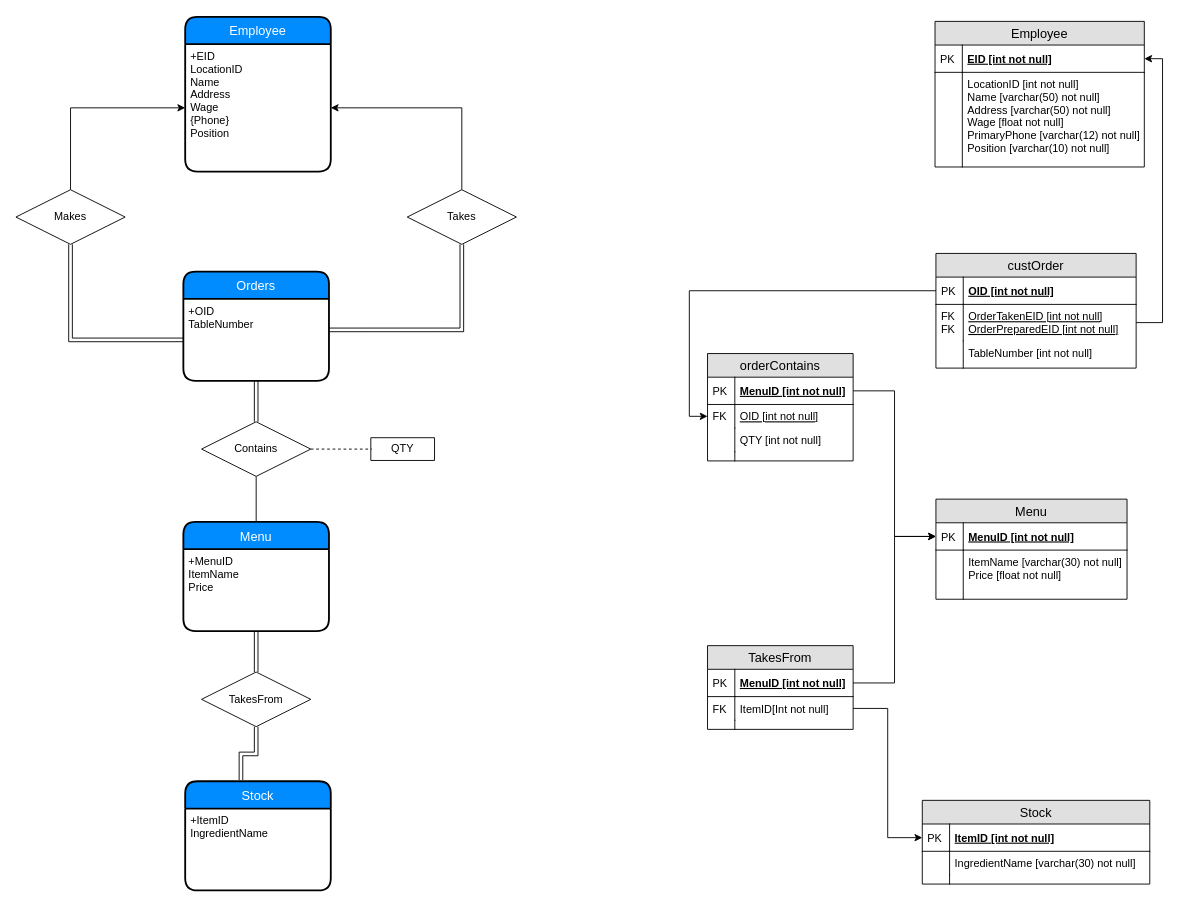
Earlier version of the draw.io diagram Deliverables/POS_ER_Diagram.drawio (ajgray2017/CSC455_FinalProject). Source tidied: cells renumbered, new cells numbered last; positions are measured from the earlier drawing's top-left corner, leaving out a move shared by most shapes. Both pictures are drawn from the tidied source at 91%, with x=0, y=0 at pixel (15, 16).
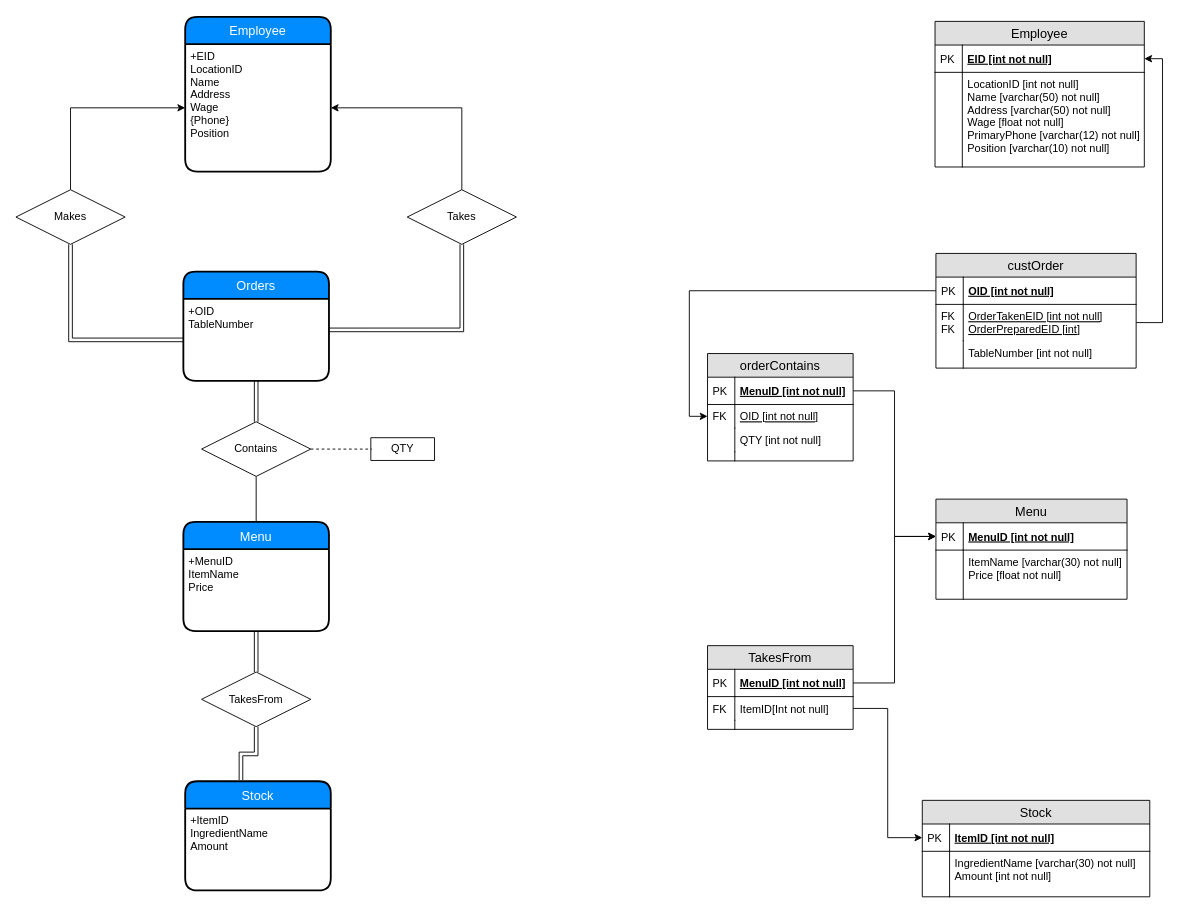
The same page after the edit.

Unchanged cells that the change refers to:
```xml
<mxCell id="20" value="Stock" style="swimlane;horizontal=1;startSize=30;fillColor=#008cff;fontColor=#FFFFFF;rounded=1;fontSize=14;fontStyle=0;strokeWidth=2;shadow=0;dashed=0;align=center;" parent="1" vertex="1">
  <mxGeometry x="186" y="840" width="160" height="120" as="geometry" />
</mxCell>
<mxCell id="55" value="custOrder" style="swimlane;fontStyle=0;horizontal=1;startSize=26;fillColor=#e0e0e0;swimlaneFillColor=#ffffff;align=center;fontSize=14;" parent="1" vertex="1">
  <mxGeometry x="1011" y="260" width="220" height="126" as="geometry" />
</mxCell>
```

Diff of the diagram source:
```diff
@@
-    <mxCell id="21" value="+ItemID&#10;IngredientName" style="align=left;strokeColor=none;fillColor=none;spacingLeft=4;fontSize=12;verticalAlign=top;" parent="20" vertex="1">
+    <mxCell id="21" value="+ItemID&#10;IngredientName&#10;Amount" style="align=left;strokeColor=none;fillColor=none;spacingLeft=4;fontSize=12;verticalAlign=top;" parent="20" vertex="1">
       <mxGeometry y="30" width="160" height="90" as="geometry" />
     </mxCell>
@@
     <mxCell id="37" value="Stock" style="swimlane;fontStyle=0;horizontal=1;startSize=26;fillColor=#e0e0e0;swimlaneFillColor=#ffffff;align=center;fontSize=14;" parent="1" vertex="1">
-      <mxGeometry x="996" y="861" width="250" height="92" as="geometry" />
+      <mxGeometry x="996" y="861" width="250" height="106" as="geometry" />
     </mxCell>
@@
-    <mxCell id="40" value="IngredientName [varchar(30) not null]" style="shape=partialRectangle;top=0;left=0;right=0;bottom=0;align=left;verticalAlign=top;fillColor=none;spacingLeft=34;spacingRight=4;overflow=hidden;fontSize=12;" parent="37" vertex="1">
-      <mxGeometry y="56" width="250" height="26" as="geometry" />
+    <mxCell id="40" value="IngredientName [varchar(30) not null]&#10;Amount [int not null]" style="shape=partialRectangle;top=0;left=0;right=0;bottom=0;align=left;verticalAlign=top;fillColor=none;spacingLeft=34;spacingRight=4;overflow=hidden;fontSize=12;" parent="37" vertex="1">
+      <mxGeometry y="56" width="250" height="49" as="geometry" />
     </mxCell>
     <mxCell id="41" style="shape=partialRectangle;top=0;left=0;bottom=0;fillColor=none;align=left;verticalAlign=top;spacingLeft=4;spacingRight=4;overflow=hidden;fontSize=12;" parent="40" vertex="1">
-      <mxGeometry width="30" height="26" as="geometry" />
+      <mxGeometry width="30" height="49" as="geometry" />
     </mxCell>
     <mxCell id="42" style="shape=partialRectangle;top=0;left=0;right=0;bottom=0;align=left;verticalAlign=top;fillColor=none;spacingLeft=34;spacingRight=4;overflow=hidden;fontSize=12;" parent="37" vertex="1">
-      <mxGeometry y="82" width="250" height="10" as="geometry" />
+      <mxGeometry y="105" width="250" height="1" as="geometry" />
     </mxCell>
     <mxCell id="43" style="shape=partialRectangle;top=0;left=0;bottom=0;fillColor=none;align=left;verticalAlign=top;spacingLeft=4;spacingRight=4;overflow=hidden;fontSize=12;" parent="42" vertex="1">
-      <mxGeometry width="30" height="10" as="geometry" />
+      <mxGeometry width="30" height="1" as="geometry" />
     </mxCell>
@@
-    <mxCell id="58" value="OrderTakenEID [int not null]&#10;OrderPreparedEID [int not null]" style="shape=partialRectangle;top=0;left=0;right=0;bottom=0;align=left;verticalAlign=top;fillColor=none;spacingLeft=34;spacingRight=4;overflow=hidden;points=[[0,0.5],[1,0.5]];portConstraint=eastwest;fontSize=12;fontStyle=4;" parent="55" vertex="1">
+    <mxCell id="58" value="OrderTakenEID [int not null]&#10;OrderPreparedEID [int]" style="shape=partialRectangle;top=0;left=0;right=0;bottom=0;align=left;verticalAlign=top;fillColor=none;spacingLeft=34;spacingRight=4;overflow=hidden;points=[[0,0.5],[1,0.5]];portConstraint=eastwest;fontSize=12;fontStyle=4;" parent="55" vertex="1">
       <mxGeometry y="56" width="220" height="40" as="geometry" />
     </mxCell>
```
